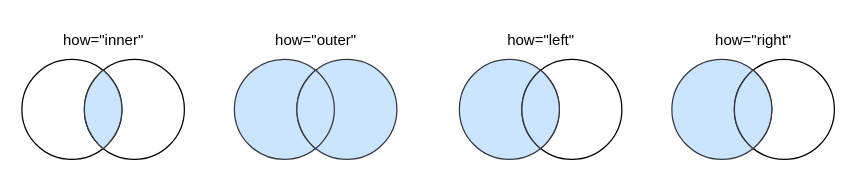
Before: drawio/ch-pandas/merge-how.drawio in godaai/python-data-science, a draw.io diagram. Source tidied: cells renumbered, new cells numbered last; positions are measured from the earlier drawing's top-left corner, leaving out a move shared by most shapes. Both pictures are drawn from the tidied source at 125%, with x=0, y=0 at pixel (21, 21).
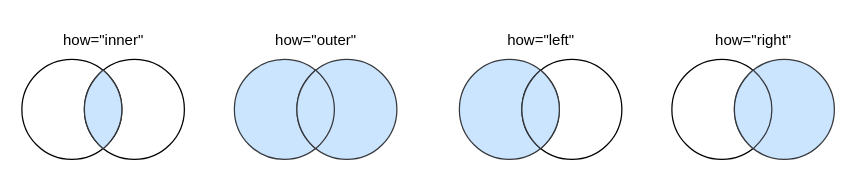
The same diagram, later.

Change to the diagram source:
```diff
@@
 <mxGraphModel>
   <root>
     <mxCell id="0" />
     <mxCell id="1" parent="0" />
     <mxCell id="2" style="ellipse;whiteSpace=wrap;html=1;" parent="1" vertex="1">
       <mxGeometry y="30" width="80" height="80" as="geometry" />
     </mxCell>
     <mxCell id="3" style="ellipse;whiteSpace=wrap;html=1;fillColor=none;" parent="1" vertex="1">
       <mxGeometry x="50" y="30" width="80" height="80" as="geometry" />
     </mxCell>
     <mxCell id="4" style="whiteSpace=wrap;html=1;shape=mxgraph.basic.pointed_oval;fillColor=#cce5ff;strokeColor=#36393d;" parent="1" vertex="1">
       <mxGeometry x="45" y="38.5" width="40" height="63" as="geometry" />
     </mxCell>
     <mxCell id="5" value="how=&quot;inner&quot;" style="text;html=1;strokeColor=none;fillColor=none;align=center;verticalAlign=middle;whiteSpace=wrap;rounded=0;" parent="1" vertex="1">
       <mxGeometry x="32.5" width="65" height="30" as="geometry" />
     </mxCell>
     <mxCell id="6" style="ellipse;whiteSpace=wrap;html=1;fillColor=#cce5ff;strokeColor=#36393d;" parent="1" vertex="1">
       <mxGeometry x="170" y="30" width="80" height="80" as="geometry" />
     </mxCell>
     <mxCell id="7" style="ellipse;whiteSpace=wrap;html=1;fillColor=#cce5ff;strokeColor=#36393d;" parent="1" vertex="1">
       <mxGeometry x="220" y="30" width="80" height="80" as="geometry" />
     </mxCell>
     <mxCell id="8" style="whiteSpace=wrap;html=1;shape=mxgraph.basic.pointed_oval;fillColor=#cce5ff;strokeColor=#36393d;" parent="1" vertex="1">
       <mxGeometry x="215" y="38.5" width="40" height="63" as="geometry" />
     </mxCell>
     <mxCell id="9" value="how=&quot;outer&quot;" style="text;html=1;strokeColor=none;fillColor=none;align=center;verticalAlign=middle;whiteSpace=wrap;rounded=0;" parent="1" vertex="1">
       <mxGeometry x="202.5" width="65" height="30" as="geometry" />
     </mxCell>
     <mxCell id="10" style="ellipse;whiteSpace=wrap;html=1;fillColor=#cce5ff;strokeColor=#36393d;" parent="1" vertex="1">
       <mxGeometry x="350" y="30" width="80" height="80" as="geometry" />
     </mxCell>
     <mxCell id="11" style="ellipse;whiteSpace=wrap;html=1;fillColor=none;" parent="1" vertex="1">
       <mxGeometry x="400" y="30" width="80" height="80" as="geometry" />
     </mxCell>
     <mxCell id="12" style="whiteSpace=wrap;html=1;shape=mxgraph.basic.pointed_oval;fillColor=#cce5ff;strokeColor=#36393d;" parent="1" vertex="1">
       <mxGeometry x="395" y="38.5" width="40" height="63" as="geometry" />
     </mxCell>
     <mxCell id="13" value="how=&quot;left&quot;" style="text;html=1;strokeColor=none;fillColor=none;align=center;verticalAlign=middle;whiteSpace=wrap;rounded=0;" parent="1" vertex="1">
       <mxGeometry x="382.5" width="65" height="30" as="geometry" />
     </mxCell>
-    <mxCell id="14" style="ellipse;whiteSpace=wrap;html=1;fillColor=#cce5ff;strokeColor=#36393d;" parent="1" vertex="1">
+    <mxCell id="14" style="ellipse;whiteSpace=wrap;html=1;" parent="1" vertex="1">
       <mxGeometry x="520" y="30" width="80" height="80" as="geometry" />
     </mxCell>
-    <mxCell id="15" style="ellipse;whiteSpace=wrap;html=1;fillColor=none;" parent="1" vertex="1">
+    <mxCell id="15" style="ellipse;whiteSpace=wrap;html=1;fillColor=#cce5ff;strokeColor=#36393d;" parent="1" vertex="1">
       <mxGeometry x="570" y="30" width="80" height="80" as="geometry" />
     </mxCell>
     <mxCell id="16" style="whiteSpace=wrap;html=1;shape=mxgraph.basic.pointed_oval;fillColor=#cce5ff;strokeColor=#36393d;" parent="1" vertex="1">
       <mxGeometry x="565" y="38.5" width="40" height="63" as="geometry" />
     </mxCell>
     <mxCell id="17" value="how=&quot;right&quot;" style="text;html=1;strokeColor=none;fillColor=none;align=center;verticalAlign=middle;whiteSpace=wrap;rounded=0;" parent="1" vertex="1">
       <mxGeometry x="552.5" width="65" height="30" as="geometry" />
     </mxCell>
   </root>
 </mxGraphModel>
```
